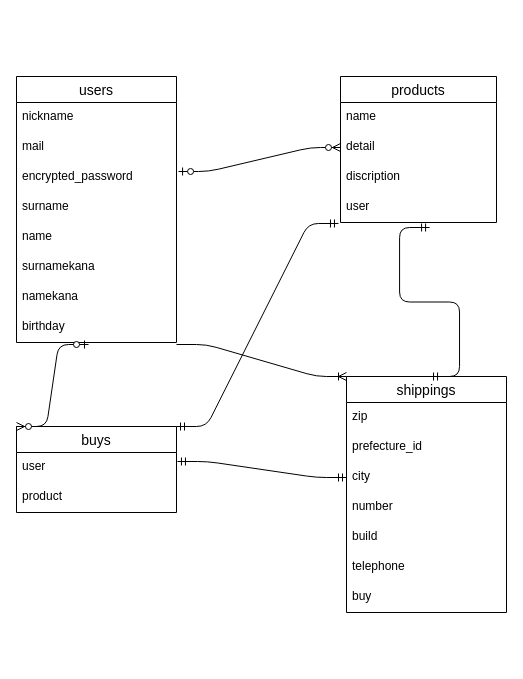
This is er.dio from meipolka831/furima-34958, a draw.io file, before an edit. Source tidied: cells renumbered, new cells numbered last; positions are measured from the earlier drawing's top-left corner, leaving out a move shared by most shapes. Both pictures are drawn from the tidied source at 100%, with x=0, y=0 at pixel (16, 76).
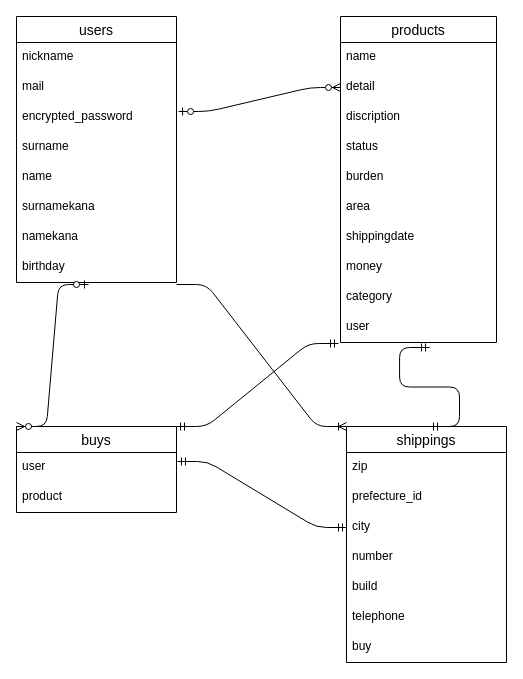
Above is the later version.

Change to the diagram source:
```diff
@@
     <mxCell id="2" value="users" style="swimlane;fontStyle=0;horizontal=1;startSize=26;align=center;fontSize=14;" parent="1" vertex="1">
-      <mxGeometry width="160" height="266" as="geometry" />
+      <mxGeometry y="-60" width="160" height="266" as="geometry" />
     </mxCell>
@@
     <mxCell id="11" value="shippings" style="swimlane;fontStyle=0;horizontal=1;startSize=26;align=center;fontSize=14;" parent="1" vertex="1">
-      <mxGeometry x="330" y="300" width="160" height="236" as="geometry" />
+      <mxGeometry x="330" y="350" width="160" height="236" as="geometry" />
     </mxCell>
@@
     <mxCell id="22" value="products" style="swimlane;fontStyle=0;horizontal=1;startSize=26;align=center;fontSize=14;" parent="1" vertex="1">
-      <mxGeometry x="324" width="156" height="146" as="geometry" />
+      <mxGeometry x="324" y="-60" width="156" height="326" as="geometry" />
     </mxCell>
@@
+    <mxCell id="33" value="status" style="text;strokeColor=none;fillColor=none;spacingLeft=4;spacingRight=4;overflow=hidden;fontSize=12;" parent="22" vertex="1">
+      <mxGeometry y="116" width="156" height="30" as="geometry" />
+    </mxCell>
+    <mxCell id="34" value="burden" style="text;strokeColor=none;fillColor=none;spacingLeft=4;spacingRight=4;overflow=hidden;fontSize=12;" parent="22" vertex="1">
+      <mxGeometry y="146" width="156" height="30" as="geometry" />
+    </mxCell>
+    <mxCell id="35" value="area" style="text;strokeColor=none;fillColor=none;spacingLeft=4;spacingRight=4;overflow=hidden;fontSize=12;" parent="22" vertex="1">
+      <mxGeometry y="176" width="156" height="30" as="geometry" />
+    </mxCell>
+    <mxCell id="36" value="shippingdate" style="text;strokeColor=none;fillColor=none;spacingLeft=4;spacingRight=4;overflow=hidden;fontSize=12;" parent="22" vertex="1">
+      <mxGeometry y="206" width="156" height="30" as="geometry" />
+    </mxCell>
+    <mxCell id="37" value="money" style="text;strokeColor=none;fillColor=none;spacingLeft=4;spacingRight=4;overflow=hidden;fontSize=12;" parent="22" vertex="1">
+      <mxGeometry y="236" width="156" height="30" as="geometry" />
+    </mxCell>
+    <mxCell id="38" value="category" style="text;strokeColor=none;fillColor=none;spacingLeft=4;spacingRight=4;overflow=hidden;fontSize=12;" parent="22" vertex="1">
+      <mxGeometry y="266" width="156" height="30" as="geometry" />
+    </mxCell>
     <mxCell id="26" value="user" style="text;strokeColor=none;fillColor=none;spacingLeft=4;spacingRight=4;overflow=hidden;points=[[0,0.5],[1,0.5]];portConstraint=eastwest;fontSize=12;" parent="22" vertex="1">
-      <mxGeometry y="116" width="156" height="30" as="geometry" />
+      <mxGeometry y="296" width="156" height="30" as="geometry" />
     </mxCell>
```
